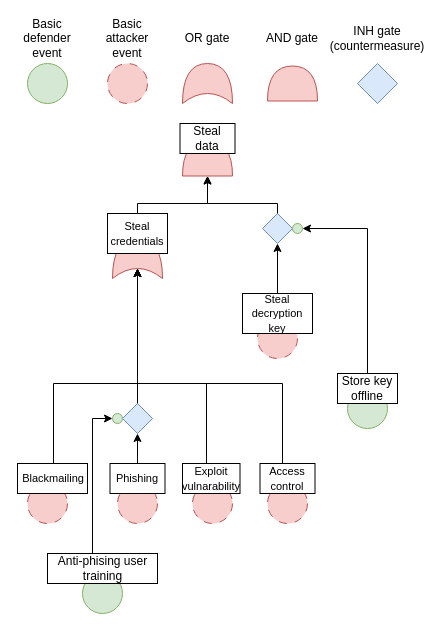
Before: AT_example.drawio in AplyQ8/SUBD, a draw.io diagram. Source tidied: cells renumbered, new cells numbered last; positions are measured from the earlier drawing's top-left corner, leaving out a move shared by most shapes. Both pictures are drawn from the tidied source at 100%, with x=0, y=0 at pixel (17, 23).
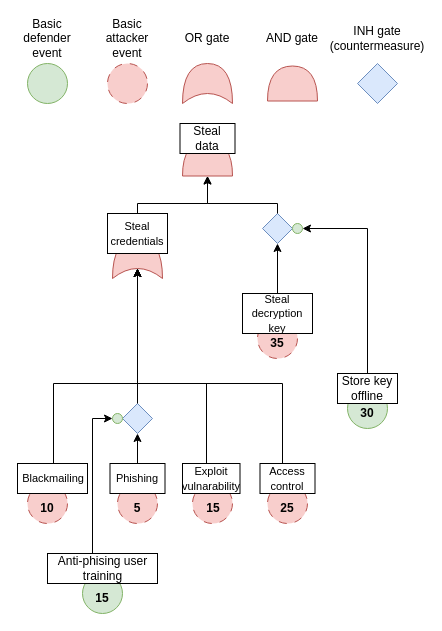
After the change.

Diff of the diagram source:
```diff
@@
+    <mxCell id="53" value="&lt;b&gt;5&lt;/b&gt;" style="text;html=1;align=center;verticalAlign=middle;whiteSpace=wrap;rounded=0;" parent="1" vertex="1">
+      <mxGeometry x="90" y="470" width="60" height="30" as="geometry" />
+    </mxCell>
+    <mxCell id="54" value="&lt;b&gt;35&lt;/b&gt;" style="text;html=1;align=center;verticalAlign=middle;whiteSpace=wrap;rounded=0;" parent="1" vertex="1">
+      <mxGeometry x="230" y="305" width="60" height="30" as="geometry" />
+    </mxCell>
+    <mxCell id="55" value="&lt;b&gt;15&lt;/b&gt;" style="text;html=1;align=center;verticalAlign=middle;whiteSpace=wrap;rounded=0;" parent="1" vertex="1">
+      <mxGeometry x="166" y="470" width="60" height="30" as="geometry" />
+    </mxCell>
+    <mxCell id="56" value="&lt;b&gt;10&lt;/b&gt;" style="text;html=1;align=center;verticalAlign=middle;whiteSpace=wrap;rounded=0;" parent="1" vertex="1">
+      <mxGeometry y="470" width="60" height="30" as="geometry" />
+    </mxCell>
+    <mxCell id="57" value="&lt;b&gt;25&lt;/b&gt;" style="text;html=1;align=center;verticalAlign=middle;whiteSpace=wrap;rounded=0;" parent="1" vertex="1">
+      <mxGeometry x="240" y="470" width="60" height="30" as="geometry" />
+    </mxCell>
+    <mxCell id="58" value="&lt;b&gt;30&lt;/b&gt;" style="text;html=1;align=center;verticalAlign=middle;whiteSpace=wrap;rounded=0;" parent="1" vertex="1">
+      <mxGeometry x="320" y="375" width="60" height="30" as="geometry" />
+    </mxCell>
+    <mxCell id="59" value="&lt;b&gt;15&lt;/b&gt;" style="text;html=1;align=center;verticalAlign=middle;whiteSpace=wrap;rounded=0;" parent="1" vertex="1">
+      <mxGeometry x="55" y="560" width="60" height="30" as="geometry" />
+    </mxCell>
```
